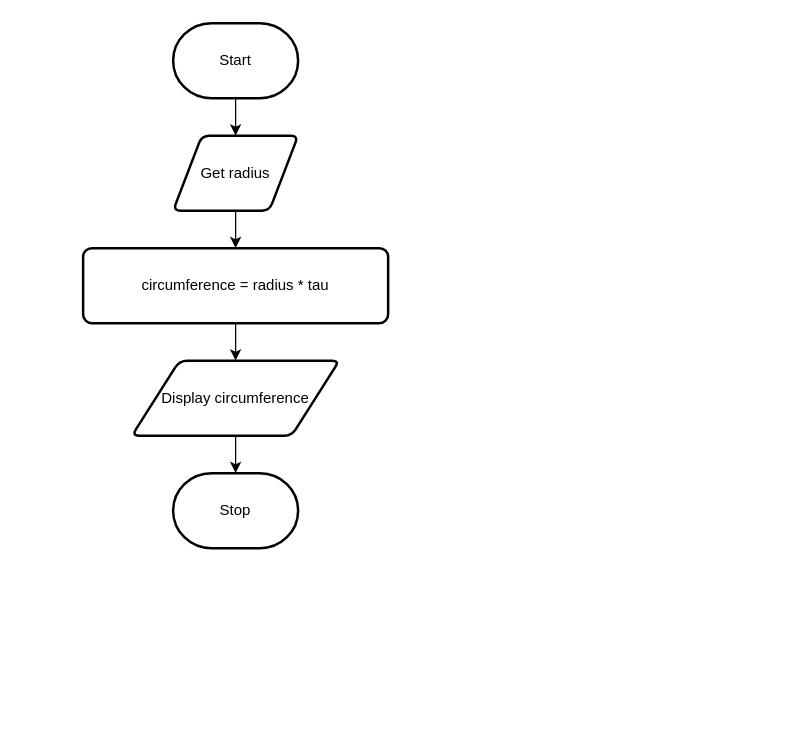
The draw.io diagram page "Flowchart" (1 of 2) of design.drawio in Samuel-Webster-178/ICS3U-Unit6-Unit6-05-Python, before the edit. Source tidied: cells renumbered, new cells numbered last; positions are measured from the earlier drawing's top-left corner, leaving out a move shared by most shapes. Both pictures are drawn from the tidied source at 125%, with x=0, y=0 at pixel (82, 22).
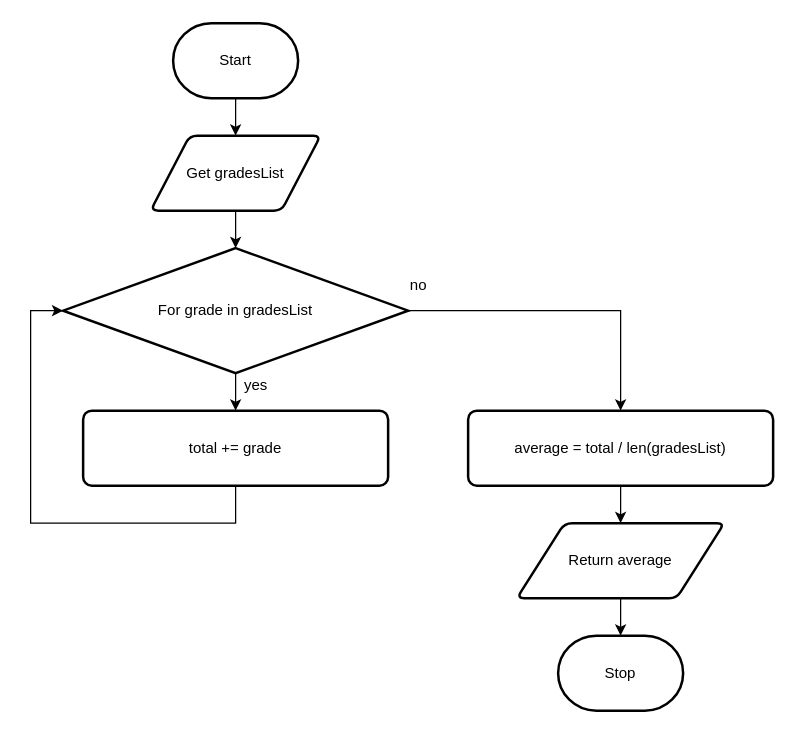
After the change.

Diff of the diagram source:
```diff
@@
 <mxGraphModel>
   <root>
     <mxCell id="0" />
     <mxCell id="1" parent="0" />
     <mxCell id="2" style="edgeStyle=none;html=1;" parent="1" edge="1" source="3" target="5">
       <mxGeometry relative="1" as="geometry" />
     </mxCell>
     <mxCell id="3" value="Start" style="strokeWidth=2;html=1;shape=mxgraph.flowchart.terminator;whiteSpace=wrap;" parent="1" vertex="1">
       <mxGeometry x="72" width="100" height="60" as="geometry" />
     </mxCell>
-    <mxCell id="4" style="edgeStyle=none;html=1;" parent="1" edge="1" source="5" target="7">
-      <mxGeometry relative="1" as="geometry" />
-    </mxCell>
+    <mxCell id="11" style="edgeStyle=none;html=1;" parent="1" edge="1" source="5" target="15">
+      <mxGeometry relative="1" as="geometry" />
+    </mxCell>
-    <mxCell id="5" value="Get radius" style="shape=parallelogram;html=1;strokeWidth=2;perimeter=parallelogramPerimeter;whiteSpace=wrap;rounded=1;arcSize=12;size=0.23;" parent="1" vertex="1">
-      <mxGeometry x="72" y="90" width="100" height="60" as="geometry" />
+    <mxCell id="5" value="Get gradesList" style="shape=parallelogram;html=1;strokeWidth=2;perimeter=parallelogramPerimeter;whiteSpace=wrap;rounded=1;arcSize=12;size=0.23;" parent="1" vertex="1">
+      <mxGeometry x="54" y="90" width="136" height="60" as="geometry" />
     </mxCell>
-    <mxCell id="6" style="edgeStyle=none;html=1;" parent="1" edge="1" source="7" target="9">
-      <mxGeometry relative="1" as="geometry" />
-    </mxCell>
+    <mxCell id="12" style="edgeStyle=orthogonalEdgeStyle;html=1;entryX=0;entryY=0.5;entryDx=0;entryDy=0;entryPerimeter=0;rounded=0;" parent="1" edge="1" source="7" target="15">
+      <mxGeometry relative="1" as="geometry">
+        <Array as="points">
+          <mxPoint x="122" y="400" />
+          <mxPoint x="-42" y="400" />
+          <mxPoint x="-42" y="230" />
+        </Array>
+      </mxGeometry>
+    </mxCell>
-    <mxCell id="7" value="circumference = radius * tau" style="rounded=1;whiteSpace=wrap;html=1;absoluteArcSize=1;arcSize=14;strokeWidth=2;" parent="1" vertex="1">
-      <mxGeometry y="180" width="244" height="60" as="geometry" />
+    <mxCell id="7" value="total += grade" style="rounded=1;whiteSpace=wrap;html=1;absoluteArcSize=1;arcSize=14;strokeWidth=2;" parent="1" vertex="1">
+      <mxGeometry y="310" width="244" height="60" as="geometry" />
     </mxCell>
     <mxCell id="8" style="edgeStyle=none;html=1;" parent="1" edge="1" source="9" target="10">
       <mxGeometry relative="1" as="geometry" />
     </mxCell>
-    <mxCell id="9" value="Display circumference" style="shape=parallelogram;html=1;strokeWidth=2;perimeter=parallelogramPerimeter;whiteSpace=wrap;rounded=1;arcSize=12;size=0.23;" parent="1" vertex="1">
-      <mxGeometry x="39" y="270" width="166" height="60" as="geometry" />
+    <mxCell id="9" value="Return average" style="shape=parallelogram;html=1;strokeWidth=2;perimeter=parallelogramPerimeter;whiteSpace=wrap;rounded=1;arcSize=12;size=0.23;" parent="1" vertex="1">
+      <mxGeometry x="347" y="400" width="166" height="60" as="geometry" />
     </mxCell>
     <mxCell id="10" value="Stop" style="strokeWidth=2;html=1;shape=mxgraph.flowchart.terminator;whiteSpace=wrap;" parent="1" vertex="1">
-      <mxGeometry x="72" y="360" width="100" height="60" as="geometry" />
+      <mxGeometry x="380" y="490" width="100" height="60" as="geometry" />
     </mxCell>
+    <mxCell id="13" style="edgeStyle=none;html=1;" parent="1" edge="1" source="15" target="7">
+      <mxGeometry relative="1" as="geometry" />
+    </mxCell>
+    <mxCell id="14" style="edgeStyle=orthogonalEdgeStyle;rounded=0;html=1;entryX=0.5;entryY=0;entryDx=0;entryDy=0;" parent="1" edge="1" source="15" target="17">
+      <mxGeometry relative="1" as="geometry" />
+    </mxCell>
+    <mxCell id="15" value="For grade in gradesList" style="strokeWidth=2;html=1;shape=mxgraph.flowchart.decision;whiteSpace=wrap;" parent="1" vertex="1">
+      <mxGeometry x="-16" y="180" width="276" height="100" as="geometry" />
+    </mxCell>
+    <mxCell id="16" style="edgeStyle=orthogonalEdgeStyle;rounded=0;html=1;" parent="1" edge="1" source="17" target="9">
+      <mxGeometry relative="1" as="geometry" />
+    </mxCell>
+    <mxCell id="17" value="average = total / len(gradesList)" style="rounded=1;whiteSpace=wrap;html=1;absoluteArcSize=1;arcSize=14;strokeWidth=2;" parent="1" vertex="1">
+      <mxGeometry x="308" y="310" width="244" height="60" as="geometry" />
+    </mxCell>
+    <mxCell id="18" value="yes" style="text;html=1;align=center;verticalAlign=middle;strokeColor=none;fillColor=none;" parent="1" vertex="1">
+      <mxGeometry x="123" y="280" width="30" height="20" as="geometry" />
+    </mxCell>
+    <mxCell id="19" value="no" style="text;html=1;align=center;verticalAlign=middle;strokeColor=none;fillColor=none;" parent="1" vertex="1">
+      <mxGeometry x="253" y="200" width="30" height="20" as="geometry" />
+    </mxCell>
   </root>
 </mxGraphModel>
```
